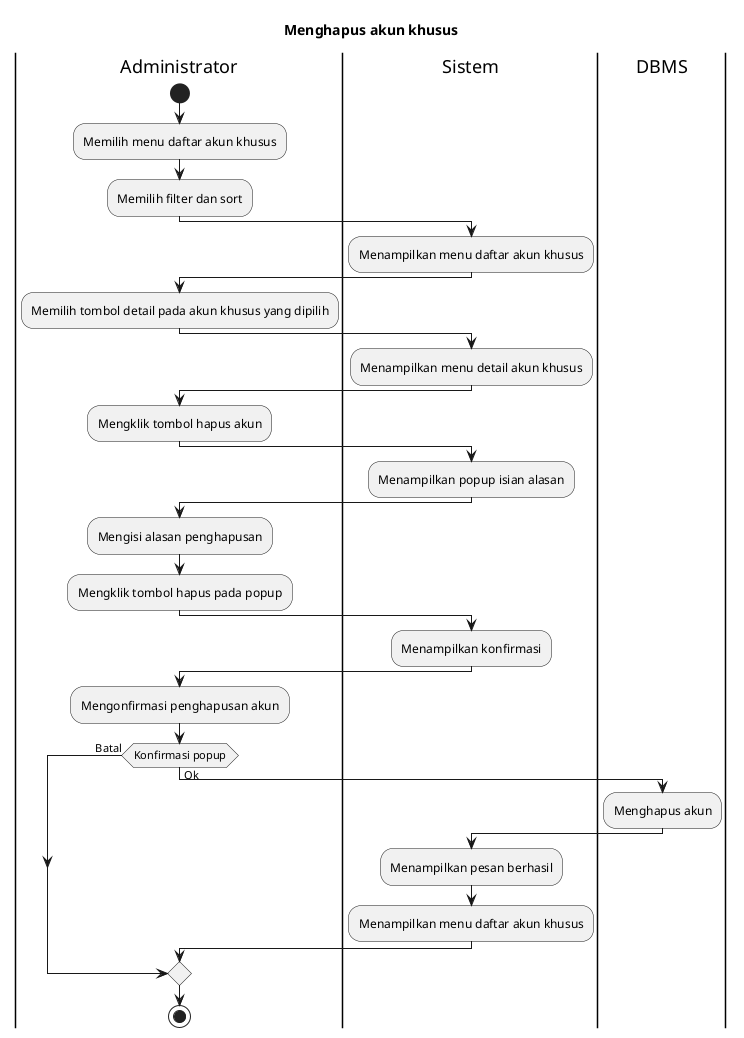
Earlier version of the PlantUML export export/Activity Diagrams/UC-MGUSER - Manajemen Pengguna/UC-MGUSER-014 - Menghapus akun khusus.png (bagusNA/appl-diagrams). Source of this version:
```plantuml
@startuml
title Menghapus akun khusus

|Administrator|
start
:Memilih menu daftar akun khusus;
:Memilih filter dan sort;

|Sistem|
:Menampilkan menu daftar akun khusus;

|Administrator|
:Memilih tombol detail pada akun khusus yang dipilih;

|Sistem|
:Menampilkan menu detail akun khusus;

|Administrator|
:Mengklik tombol hapus akun;

|Sistem|
:Menampilkan popup isian alasan;

|Administrator|
:Mengisi alasan penghapusan;
:Mengklik tombol hapus pada popup;

|Sistem|
:Menampilkan konfirmasi;

|Administrator|
:Mengonfirmasi penghapusan akun;

if (Konfirmasi popup) then (Batal)
else (Ok)
  |DBMS|
  :Menghapus akun;

  |Sistem|
  :Menampilkan pesan berhasil;
  :Menampilkan menu daftar akun khusus;
endif

|Administrator|
stop
@enduml
```
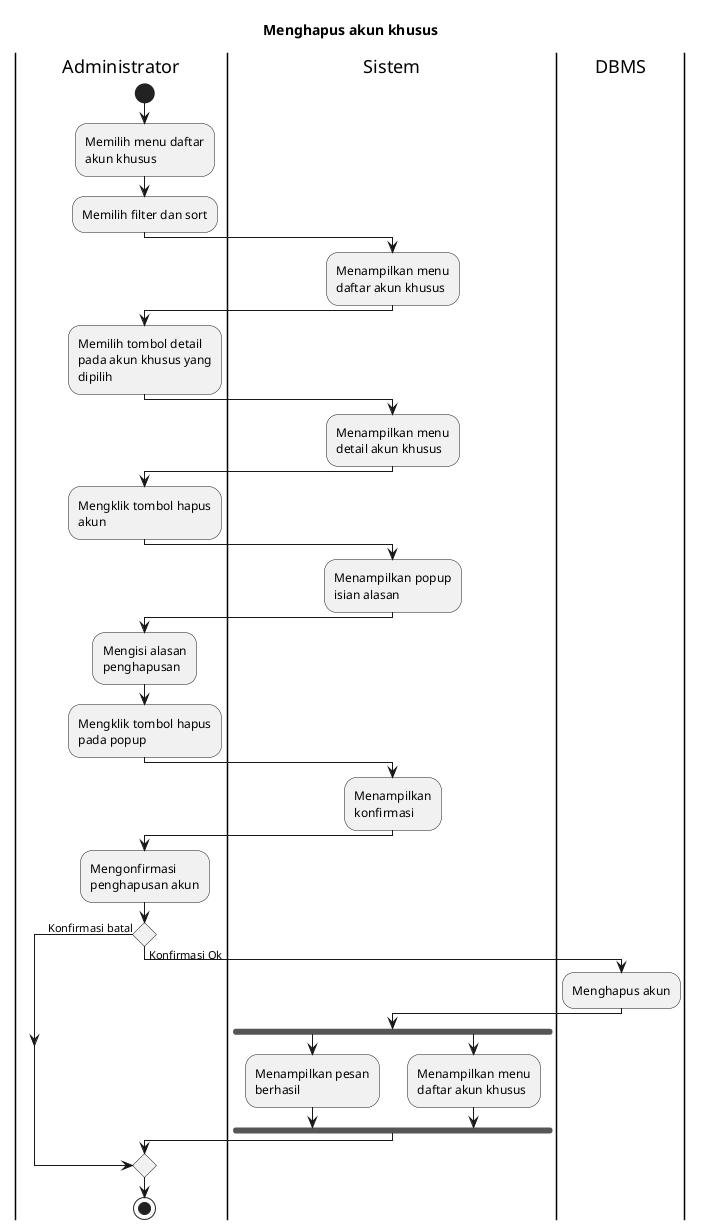
After the commit.

What changed in the source:
```diff
@@ -1,4 +1,6 @@
 @startuml
+skinparam wrapWidth 140
+
 title Menghapus akun khusus
 
 |Administrator|
@@ -31,14 +33,17 @@
 |Administrator|
 :Mengonfirmasi penghapusan akun;
 
-if (Konfirmasi popup) then (Batal)
-else (Ok)
+if () then (Konfirmasi batal)
+else (Konfirmasi Ok)
   |DBMS|
   :Menghapus akun;
 
   |Sistem|
+  fork
   :Menampilkan pesan berhasil;
+  fork again
   :Menampilkan menu daftar akun khusus;
+  endfork;
 endif
 
 |Administrator|
```
